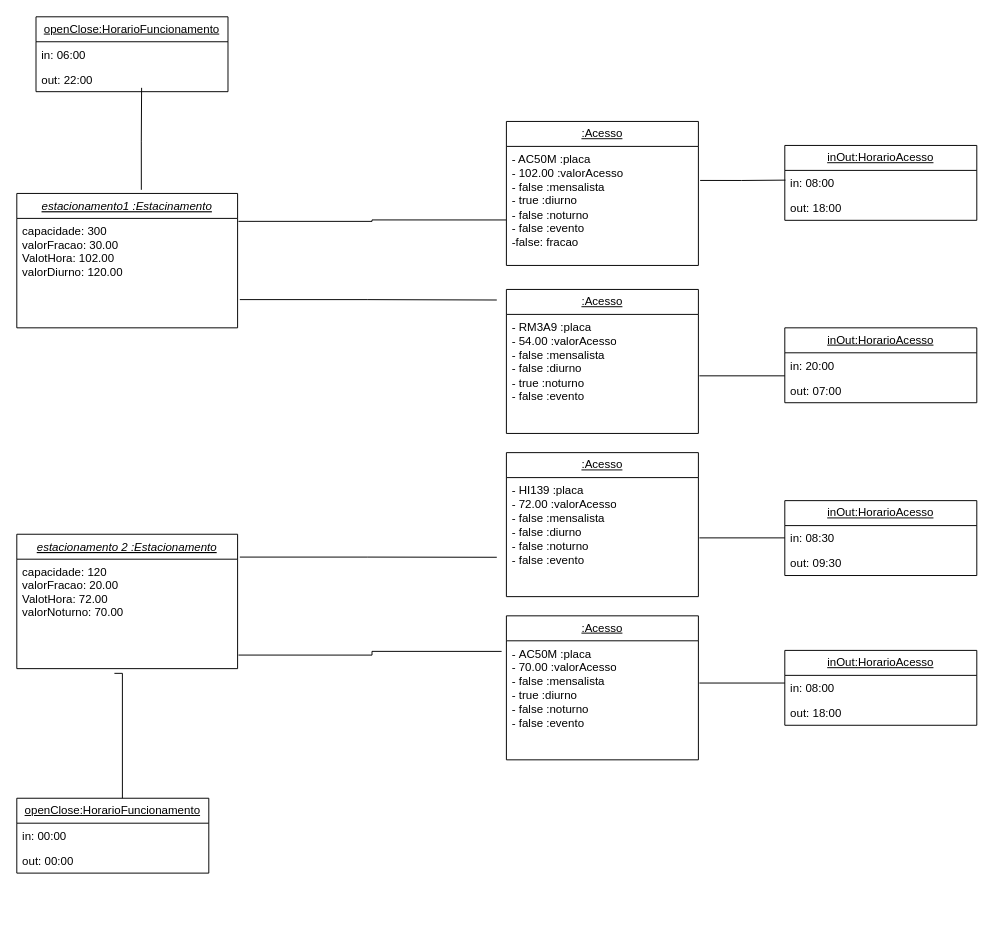
Above: TP/Object_Diagram.drawio in Pedronosrins/OO (draw.io), before the change. Source tidied: cells renumbered, new cells numbered last; positions are measured from the earlier drawing's top-left corner, leaving out a move shared by most shapes. Both pictures are drawn from the tidied source at 96%, with x=0, y=0 at pixel (16, 16).
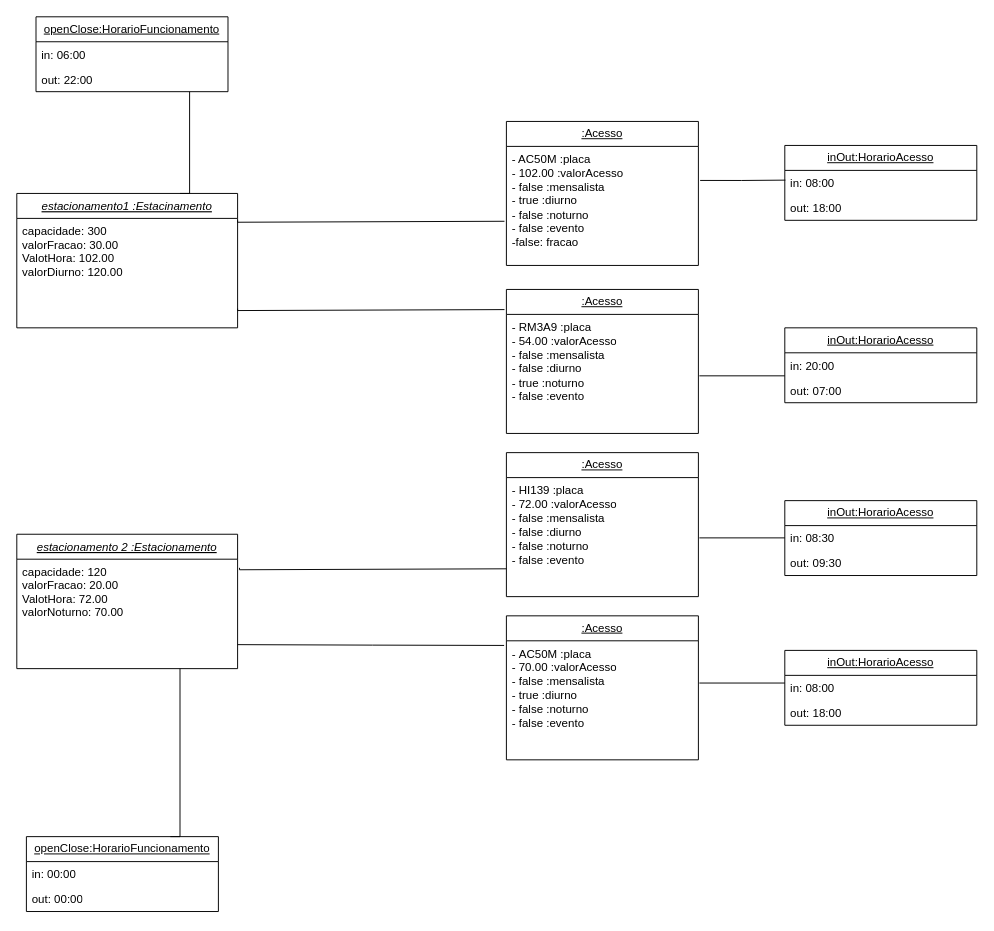
After the change.

Unchanged cells that the change refers to:
```xml
<mxCell id="2" value="estacionamento1 :Estacinamento" style="swimlane;fontStyle=6;align=center;verticalAlign=top;horizontal=1;startSize=26;rounded=0;shadow=0;strokeWidth=1;" parent="1" vertex="1">
  <mxGeometry y="184" width="230" height="140" as="geometry" />
</mxCell>
<mxCell id="3" value="capacidade: 300&#10;valorFracao: 30.00&#10;ValotHora: 102.00&#10;valorDiurno: 120.00&#10;" style="text;align=left;verticalAlign=top;spacingLeft=4;spacingRight=4;overflow=hidden;points=[[0,0.5],[1,0.5]];portConstraint=eastwest;" parent="2" vertex="1">
  <mxGeometry y="26" width="230" height="114" as="geometry" />
</mxCell>
<mxCell id="4" value="estacionamento 2 :Estacionamento" style="swimlane;fontStyle=6;align=center;verticalAlign=top;horizontal=1;startSize=26;rounded=0;shadow=0;strokeWidth=1;" parent="1" vertex="1">
  <mxGeometry y="539" width="230" height="140" as="geometry" />
</mxCell>
<mxCell id="5" value="capacidade: 120&#10;valorFracao: 20.00&#10;ValotHora: 72.00&#10;valorNoturno: 70.00&#10;" style="text;align=left;verticalAlign=top;spacingLeft=4;spacingRight=4;overflow=hidden;points=[[0,0.5],[1,0.5]];portConstraint=eastwest;" parent="4" vertex="1">
  <mxGeometry y="26" width="230" height="114" as="geometry" />
</mxCell>
<mxCell id="7" value="- AC50M&amp;nbsp;:placa&lt;br&gt;- 102.00 :valorAcesso&lt;br&gt;- false :mensalista&lt;br&gt;- true :diurno&lt;br&gt;- false :noturno&lt;br&gt;- false :evento&lt;br&gt;-false: fracao" style="text;strokeColor=none;fillColor=none;align=left;verticalAlign=top;spacingLeft=4;spacingRight=4;overflow=hidden;points=[[0,0.5],[1,0.5]];portConstraint=eastwest;whiteSpace=wrap;html=1;" parent="6" vertex="1">
  <mxGeometry y="26" width="200" height="124" as="geometry" />
</mxCell>
<mxCell id="13" value="-&amp;nbsp;AC50M :placa&lt;br&gt;- 70.00 :valorAcesso&lt;br&gt;- false :mensalista&lt;br&gt;- true :diurno&lt;br&gt;- false :noturno&lt;br&gt;- false :evento" style="text;strokeColor=none;fillColor=none;align=left;verticalAlign=top;spacingLeft=4;spacingRight=4;overflow=hidden;points=[[0,0.5],[1,0.5]];portConstraint=eastwest;whiteSpace=wrap;html=1;" parent="12" vertex="1">
  <mxGeometry y="26" width="200" height="124" as="geometry" />
</mxCell>
<mxCell id="32" value="out: 22:00" style="text;strokeColor=none;fillColor=none;align=left;verticalAlign=top;spacingLeft=4;spacingRight=4;overflow=hidden;points=[[0,0.5],[1,0.5]];portConstraint=eastwest;whiteSpace=wrap;html=1;" parent="30" vertex="1">
  <mxGeometry y="52" width="200" height="26" as="geometry" />
</mxCell>
```

Diff of the diagram source:
```diff
@@
     <mxCell id="14" value="&lt;u&gt;openClose:HorarioFuncionamento&lt;/u&gt;" style="swimlane;fontStyle=0;horizontal=1;startSize=26;fillColor=none;whiteSpace=wrap;html=1;" parent="1" vertex="1">
-      <mxGeometry y="814" width="200" height="78" as="geometry" />
+      <mxGeometry x="10" y="854" width="200" height="78" as="geometry" />
     </mxCell>
@@
-    <mxCell id="17" style="endArrow=none;html=1;edgeStyle=orthogonalEdgeStyle;rounded=0;exitX=0.564;exitY=-0.027;exitDx=0;exitDy=0;exitPerimeter=0;" parent="1" edge="1" source="2">
-      <mxGeometry relative="1" as="geometry">
-        <mxPoint x="130" y="74" as="targetPoint" />
-      </mxGeometry>
-    </mxCell>
@@
-    <mxCell id="37" style="endArrow=none;html=1;edgeStyle=orthogonalEdgeStyle;rounded=0;exitX=0.442;exitY=1.043;exitDx=0;exitDy=0;exitPerimeter=0;" parent="1" edge="1" source="5">
-      <mxGeometry relative="1" as="geometry">
-        <mxPoint x="110" y="814" as="targetPoint" />
-        <Array as="points">
-          <mxPoint x="110" y="684" />
-        </Array>
-      </mxGeometry>
-    </mxCell>
-    <mxCell id="38" style="endArrow=none;html=1;edgeStyle=orthogonalEdgeStyle;rounded=0;exitX=1.004;exitY=0.027;exitDx=0;exitDy=0;exitPerimeter=0;entryX=-0.002;entryY=0.618;entryDx=0;entryDy=0;entryPerimeter=0;" parent="1" edge="1" source="3" target="7">
-      <mxGeometry relative="1" as="geometry" />
-    </mxCell>
-    <mxCell id="39" style="endArrow=none;html=1;edgeStyle=orthogonalEdgeStyle;rounded=0;exitX=1.01;exitY=0.742;exitDx=0;exitDy=0;exitPerimeter=0;" parent="1" edge="1" source="3">
-      <mxGeometry relative="1" as="geometry">
-        <mxPoint x="500" y="295" as="targetPoint" />
-      </mxGeometry>
-    </mxCell>
-    <mxCell id="40" style="endArrow=none;html=1;edgeStyle=orthogonalEdgeStyle;rounded=0;exitX=1.01;exitY=0.17;exitDx=0;exitDy=0;exitPerimeter=0;" parent="1" edge="1" source="4">
-      <mxGeometry relative="1" as="geometry">
-        <mxPoint x="500" y="563" as="targetPoint" />
-      </mxGeometry>
-    </mxCell>
-    <mxCell id="41" style="endArrow=none;html=1;edgeStyle=orthogonalEdgeStyle;rounded=0;exitX=1.004;exitY=0.876;exitDx=0;exitDy=0;exitPerimeter=0;entryX=-0.025;entryY=0.089;entryDx=0;entryDy=0;entryPerimeter=0;" parent="1" edge="1" source="5" target="13">
-      <mxGeometry relative="1" as="geometry" />
-    </mxCell>
+    <mxCell id="42" style="endArrow=none;html=1;edgeStyle=orthogonalEdgeStyle;rounded=0;entryX=-0.012;entryY=0.039;entryDx=0;entryDy=0;entryPerimeter=0;" parent="1" edge="1" target="13">
+      <mxGeometry relative="1" as="geometry">
+        <mxPoint x="230" y="654" as="sourcePoint" />
+      </mxGeometry>
+    </mxCell>
+    <mxCell id="43" style="endArrow=none;html=1;edgeStyle=orthogonalEdgeStyle;rounded=0;entryX=-0.012;entryY=0.039;entryDx=0;entryDy=0;entryPerimeter=0;" parent="1" edge="1">
+      <mxGeometry relative="1" as="geometry">
+        <mxPoint x="230" y="212" as="sourcePoint" />
+        <mxPoint x="508" y="213" as="targetPoint" />
+        <Array as="points">
+          <mxPoint x="230" y="214" />
+        </Array>
+      </mxGeometry>
+    </mxCell>
+    <mxCell id="44" style="endArrow=none;html=1;edgeStyle=orthogonalEdgeStyle;rounded=0;entryX=-0.012;entryY=0.039;entryDx=0;entryDy=0;entryPerimeter=0;" parent="1" edge="1">
+      <mxGeometry relative="1" as="geometry">
+        <mxPoint x="230" y="304" as="sourcePoint" />
+        <mxPoint x="508" y="305" as="targetPoint" />
+        <Array as="points">
+          <mxPoint x="230" y="306" />
+        </Array>
+      </mxGeometry>
+    </mxCell>
+    <mxCell id="45" style="endArrow=none;html=1;edgeStyle=orthogonalEdgeStyle;rounded=0;entryX=-0.012;entryY=0.039;entryDx=0;entryDy=0;entryPerimeter=0;" parent="1" edge="1">
+      <mxGeometry relative="1" as="geometry">
+        <mxPoint x="232" y="574" as="sourcePoint" />
+        <mxPoint x="510" y="575" as="targetPoint" />
+        <Array as="points">
+          <mxPoint x="232" y="576" />
+        </Array>
+      </mxGeometry>
+    </mxCell>
+    <mxCell id="46" style="endArrow=none;html=1;edgeStyle=orthogonalEdgeStyle;rounded=0;exitX=0.75;exitY=0;exitDx=0;exitDy=0;" parent="1" edge="1" source="14">
+      <mxGeometry relative="1" as="geometry">
+        <mxPoint x="170" y="679" as="targetPoint" />
+        <Array as="points">
+          <mxPoint x="170" y="854" />
+        </Array>
+      </mxGeometry>
+    </mxCell>
+    <mxCell id="47" style="endArrow=none;html=1;edgeStyle=orthogonalEdgeStyle;rounded=0;exitX=0.75;exitY=0;exitDx=0;exitDy=0;" parent="1" edge="1" target="32">
+      <mxGeometry relative="1" as="geometry">
+        <mxPoint x="170" y="184" as="sourcePoint" />
+        <Array as="points">
+          <mxPoint x="180" y="184" />
+        </Array>
+      </mxGeometry>
+    </mxCell>
```
